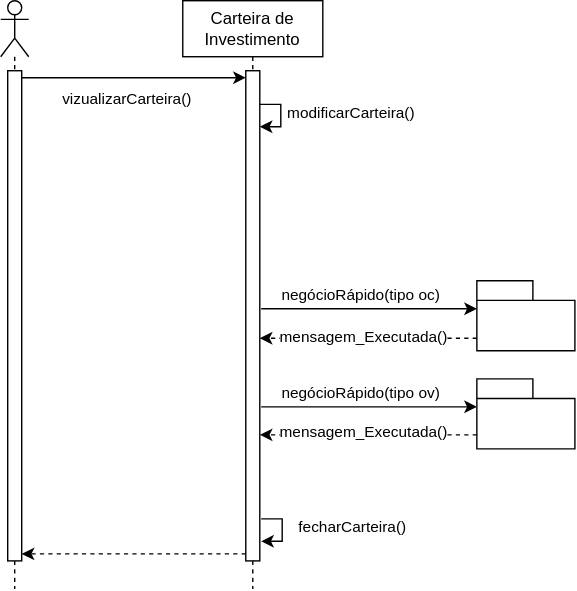
Earlier version of the draw.io export Diagrama 8.drawio.svg (JesCat16/Projeto01_Modelagem_De_Software). Source tidied: cells renumbered, new cells last; positions are measured from the earlier drawing's top-left corner, leaving out a move shared by most shapes.
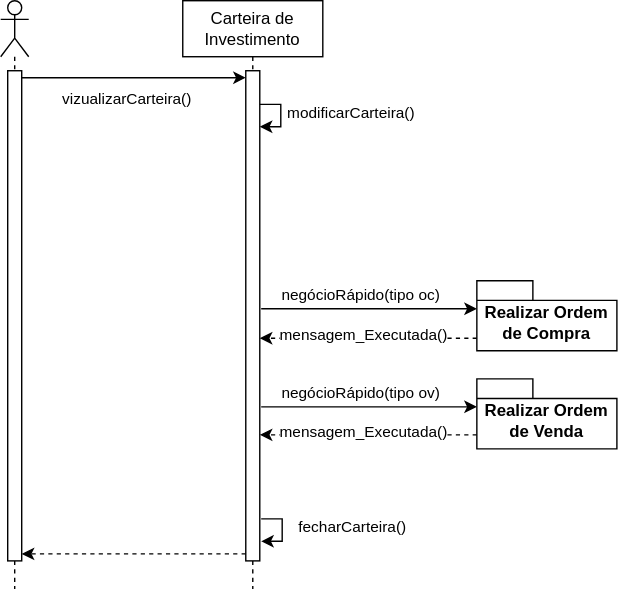
After the change.

Change to the diagram source:
```diff
@@ -66,17 +66,15 @@
         <mxPoint x="49" as="offset" />
       </mxGeometry>
     </mxCell>
-    <mxCell id="15" style="edgeStyle=orthogonalEdgeStyle;rounded=0;jettySize=auto;html=1;exitX=0;exitY=0;exitDx=0;exitDy=41;exitPerimeter=0;dashed=1;" parent="1" edge="1" source="17">
+    <mxCell id="15" style="edgeStyle=orthogonalEdgeStyle;rounded=0;orthogonalLoop=1;jettySize=auto;html=1;exitX=0;exitY=0;exitDx=0;exitDy=41;exitPerimeter=0;dashed=1;" parent="1" edge="1">
       <mxGeometry relative="1" as="geometry">
+        <mxPoint x="340" y="241" as="sourcePoint" />
         <mxPoint x="185" y="241" as="targetPoint" />
       </mxGeometry>
     </mxCell>
     <mxCell id="16" value="mensagem_Executada()" style="edgeLabel;html=1;align=center;verticalAlign=middle;" parent="15" vertex="1">
       <mxGeometry x="0.05" y="-2" relative="1" as="geometry" />
     </mxCell>
-    <mxCell id="17" style="shape=folder;fontStyle=1;spacingTop=10;tabWidth=40;tabHeight=14;tabPosition=left;html=1;whiteSpace=wrap;" parent="1" vertex="1">
-      <mxGeometry x="340" y="200" width="70" height="50" as="geometry" />
-    </mxCell>
     <mxCell id="18" style="endArrow=classic;html=1;rounded=0;" parent="1" edge="1">
       <mxGeometry relative="1" as="geometry">
         <mxPoint x="186" y="290" as="sourcePoint" />
@@ -88,9 +86,6 @@
         <mxPoint y="-10" as="offset" />
       </mxGeometry>
     </mxCell>
-    <mxCell id="20" style="shape=folder;fontStyle=1;spacingTop=10;tabWidth=40;tabHeight=14;tabPosition=left;html=1;whiteSpace=wrap;" parent="1" vertex="1">
-      <mxGeometry x="340" y="270" width="70" height="50" as="geometry" />
-    </mxCell>
     <mxCell id="21" style="edgeStyle=orthogonalEdgeStyle;rounded=0;orthogonalLoop=1;jettySize=auto;html=1;exitX=0;exitY=0;exitDx=0;exitDy=41;exitPerimeter=0;dashed=1;" parent="1" edge="1">
       <mxGeometry relative="1" as="geometry">
         <mxPoint x="340" y="310" as="sourcePoint" />
@@ -100,5 +95,11 @@
     <mxCell id="22" value="mensagem_Executada()" style="edgeLabel;html=1;align=center;verticalAlign=middle;" parent="21" vertex="1">
       <mxGeometry x="0.05" y="-2" relative="1" as="geometry" />
     </mxCell>
+    <mxCell id="23" value="Realizar Ordem de Compra" style="shape=folder;fontStyle=1;spacingTop=10;tabWidth=40;tabHeight=14;tabPosition=left;html=1;whiteSpace=wrap;" parent="1" vertex="1">
+      <mxGeometry x="340" y="200" width="100" height="50" as="geometry" />
+    </mxCell>
+    <mxCell id="24" value="Realizar Ordem de Venda" style="shape=folder;fontStyle=1;spacingTop=10;tabWidth=40;tabHeight=14;tabPosition=left;html=1;whiteSpace=wrap;" parent="1" vertex="1">
+      <mxGeometry x="340" y="270" width="100" height="50" as="geometry" />
+    </mxCell>
   </root>
 </mxGraphModel>
```
